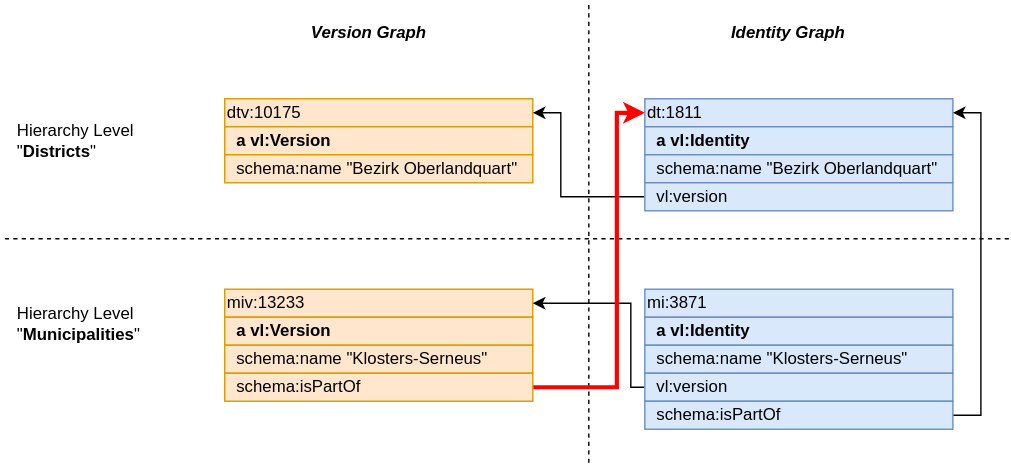
The draw.io diagram img/linking_hierarchies.svg in SwissFederalArchives/version-link, before a commit. Source tidied: cells renumbered, new cells last; positions are measured from the earlier drawing's top-left corner, leaving out a move shared by most shapes. The source it was exported from:
```xml
<mxGraphModel>
  <root>
    <mxCell id="0" />
    <mxCell id="1" parent="0" />
    <mxCell id="2" value="miv:13233" style="rounded=0;whiteSpace=wrap;html=1;fillColor=#ffe6cc;strokeColor=#d79b00;align=left;fontSize=12;" parent="1" vertex="1">
      <mxGeometry x="160" y="206" width="220" height="20" as="geometry" />
    </mxCell>
    <mxCell id="3" value="&lt;div style=&quot;font-size: 12px;&quot;&gt;&lt;b style=&quot;font-size: 12px;&quot;&gt;&amp;nbsp; a vl:Version&lt;/b&gt;&lt;br style=&quot;font-size: 12px;&quot;&gt;&lt;/div&gt;" style="rounded=0;whiteSpace=wrap;html=1;fillColor=#ffe6cc;strokeColor=#d79b00;align=left;fontSize=12;" parent="1" vertex="1">
      <mxGeometry x="160" y="226" width="220" height="20" as="geometry" />
    </mxCell>
    <mxCell id="4" value="&amp;nbsp; schema:name &quot;Klosters-Serneus&quot;" style="rounded=0;whiteSpace=wrap;html=1;fillColor=#ffe6cc;strokeColor=#d79b00;align=left;fontSize=12;" parent="1" vertex="1">
      <mxGeometry x="160" y="246" width="220" height="20" as="geometry" />
    </mxCell>
    <mxCell id="5" value="mi:3871" style="rounded=0;whiteSpace=wrap;html=1;fillColor=#dae8fc;strokeColor=#6c8ebf;align=left;fontSize=12;" parent="1" vertex="1">
      <mxGeometry x="460" y="206" width="220" height="20" as="geometry" />
    </mxCell>
    <mxCell id="6" value="&lt;b style=&quot;font-size: 12px;&quot;&gt;&amp;nbsp; a vl:Identity&lt;/b&gt;" style="rounded=0;whiteSpace=wrap;html=1;fillColor=#dae8fc;strokeColor=#6c8ebf;align=left;fontSize=12;" parent="1" vertex="1">
      <mxGeometry x="460" y="226" width="220" height="20" as="geometry" />
    </mxCell>
    <mxCell id="7" value="&amp;nbsp; schema:name &quot;Klosters-Serneus&quot;" style="rounded=0;whiteSpace=wrap;html=1;fillColor=#dae8fc;strokeColor=#6c8ebf;align=left;fontSize=12;" parent="1" vertex="1">
      <mxGeometry x="460" y="246" width="220" height="20" as="geometry" />
    </mxCell>
    <mxCell id="8" style="edgeStyle=orthogonalEdgeStyle;html=1;exitX=0;exitY=0.5;exitDx=0;exitDy=0;entryX=1;entryY=0.5;entryDx=0;entryDy=0;rounded=0;" parent="1" edge="1" source="9" target="2">
      <mxGeometry relative="1" as="geometry">
        <Array as="points">
          <mxPoint x="450" y="276" />
          <mxPoint x="450" y="216" />
        </Array>
      </mxGeometry>
    </mxCell>
    <mxCell id="9" value="&amp;nbsp; vl:version" style="rounded=0;whiteSpace=wrap;html=1;fillColor=#dae8fc;strokeColor=#6c8ebf;align=left;fontSize=12;" parent="1" vertex="1">
      <mxGeometry x="460" y="266" width="220" height="20" as="geometry" />
    </mxCell>
    <mxCell id="10" style="endArrow=none;dashed=1;html=1;" parent="1" edge="1">
      <mxGeometry relative="1" as="geometry">
        <mxPoint x="420" y="330" as="sourcePoint" />
        <mxPoint x="420" as="targetPoint" />
      </mxGeometry>
    </mxCell>
    <mxCell id="11" value="&lt;b&gt;&lt;i&gt;Identity Graph&lt;/i&gt;&lt;/b&gt;" style="text;html=1;strokeColor=none;fillColor=none;align=left;verticalAlign=middle;whiteSpace=wrap;rounded=0;" parent="1" vertex="1">
      <mxGeometry x="520" y="8" width="100" height="30" as="geometry" />
    </mxCell>
    <mxCell id="12" value="&lt;b&gt;&lt;i&gt;Version Graph&lt;/i&gt;&lt;/b&gt;" style="text;html=1;strokeColor=none;fillColor=none;align=left;verticalAlign=middle;whiteSpace=wrap;rounded=0;" parent="1" vertex="1">
      <mxGeometry x="220" y="8" width="100" height="30" as="geometry" />
    </mxCell>
    <mxCell id="13" style="endArrow=none;dashed=1;html=1;" parent="1" edge="1">
      <mxGeometry relative="1" as="geometry">
        <mxPoint x="720" y="170" as="sourcePoint" />
        <mxPoint y="170" as="targetPoint" />
      </mxGeometry>
    </mxCell>
    <mxCell id="14" value="dtv:10175" style="rounded=0;whiteSpace=wrap;html=1;fillColor=#ffe6cc;strokeColor=#d79b00;align=left;fontSize=12;" parent="1" vertex="1">
      <mxGeometry x="160" y="70" width="220" height="20" as="geometry" />
    </mxCell>
    <mxCell id="15" value="&lt;div style=&quot;font-size: 12px;&quot;&gt;&lt;b style=&quot;font-size: 12px;&quot;&gt;&amp;nbsp; a vl:Version&lt;/b&gt;&lt;br style=&quot;font-size: 12px;&quot;&gt;&lt;/div&gt;" style="rounded=0;whiteSpace=wrap;html=1;fillColor=#ffe6cc;strokeColor=#d79b00;align=left;fontSize=12;" parent="1" vertex="1">
      <mxGeometry x="160" y="90" width="220" height="20" as="geometry" />
    </mxCell>
    <mxCell id="16" value="&amp;nbsp; schema:name &quot;Bezirk Oberlandquart&quot;" style="rounded=0;whiteSpace=wrap;html=1;fillColor=#ffe6cc;strokeColor=#d79b00;align=left;fontSize=12;" parent="1" vertex="1">
      <mxGeometry x="160" y="110" width="220" height="20" as="geometry" />
    </mxCell>
    <mxCell id="17" value="dt:1811" style="rounded=0;whiteSpace=wrap;html=1;fillColor=#dae8fc;strokeColor=#6c8ebf;align=left;fontSize=12;" parent="1" vertex="1">
      <mxGeometry x="460" y="70" width="220" height="20" as="geometry" />
    </mxCell>
    <mxCell id="18" value="&lt;b style=&quot;font-size: 12px;&quot;&gt;&amp;nbsp; a vl:Identity&lt;/b&gt;" style="rounded=0;whiteSpace=wrap;html=1;fillColor=#dae8fc;strokeColor=#6c8ebf;align=left;fontSize=12;" parent="1" vertex="1">
      <mxGeometry x="460" y="90" width="220" height="20" as="geometry" />
    </mxCell>
    <mxCell id="19" value="&amp;nbsp; schema:name &quot;Bezirk Oberlandquart&quot;" style="rounded=0;whiteSpace=wrap;html=1;fillColor=#dae8fc;strokeColor=#6c8ebf;align=left;fontSize=12;" parent="1" vertex="1">
      <mxGeometry x="460" y="110" width="220" height="20" as="geometry" />
    </mxCell>
    <mxCell id="20" style="edgeStyle=orthogonalEdgeStyle;rounded=0;html=1;exitX=0;exitY=0.5;exitDx=0;exitDy=0;entryX=1;entryY=0.5;entryDx=0;entryDy=0;" parent="1" edge="1" source="21" target="14">
      <mxGeometry relative="1" as="geometry">
        <Array as="points">
          <mxPoint x="400" y="140" />
          <mxPoint x="400" y="80" />
        </Array>
      </mxGeometry>
    </mxCell>
    <mxCell id="21" value="&amp;nbsp; vl:version" style="rounded=0;whiteSpace=wrap;html=1;fillColor=#dae8fc;strokeColor=#6c8ebf;align=left;fontSize=12;" parent="1" vertex="1">
      <mxGeometry x="460" y="130" width="220" height="20" as="geometry" />
    </mxCell>
    <mxCell id="22" style="edgeStyle=orthogonalEdgeStyle;rounded=0;html=1;exitX=1;exitY=0.5;exitDx=0;exitDy=0;entryX=0;entryY=0.5;entryDx=0;entryDy=0;strokeColor=#FF0000;strokeWidth=3;" parent="1" edge="1" source="23" target="17">
      <mxGeometry relative="1" as="geometry">
        <Array as="points">
          <mxPoint x="440" y="276" />
          <mxPoint x="440" y="80" />
        </Array>
      </mxGeometry>
    </mxCell>
    <mxCell id="23" value="&amp;nbsp; schema:isPartOf" style="rounded=0;whiteSpace=wrap;html=1;fillColor=#ffe6cc;strokeColor=#d79b00;align=left;fontSize=12;" parent="1" vertex="1">
      <mxGeometry x="160" y="266" width="220" height="20" as="geometry" />
    </mxCell>
    <mxCell id="24" style="edgeStyle=orthogonalEdgeStyle;rounded=0;html=1;exitX=1;exitY=0.5;exitDx=0;exitDy=0;entryX=1;entryY=0.5;entryDx=0;entryDy=0;" parent="1" edge="1" source="25" target="17">
      <mxGeometry relative="1" as="geometry">
        <Array as="points">
          <mxPoint x="700" y="296" />
          <mxPoint x="700" y="80" />
        </Array>
      </mxGeometry>
    </mxCell>
    <mxCell id="25" value="&amp;nbsp; schema:isPartOf" style="rounded=0;whiteSpace=wrap;html=1;fillColor=#dae8fc;strokeColor=#6c8ebf;align=left;fontSize=12;" parent="1" vertex="1">
      <mxGeometry x="460" y="286" width="220" height="20" as="geometry" />
    </mxCell>
    <mxCell id="26" value="Hierarchy Level &quot;&lt;b&gt;Municipalities&lt;/b&gt;&quot;" style="text;html=1;strokeColor=none;fillColor=none;align=left;verticalAlign=middle;whiteSpace=wrap;rounded=0;" parent="1" vertex="1">
      <mxGeometry x="10" y="216" width="100" height="30" as="geometry" />
    </mxCell>
    <mxCell id="27" value="Hierarchy Level &quot;&lt;b&gt;Districts&lt;/b&gt;&quot;" style="text;html=1;strokeColor=none;fillColor=none;align=left;verticalAlign=middle;whiteSpace=wrap;rounded=0;" parent="1" vertex="1">
      <mxGeometry x="10" y="85" width="100" height="30" as="geometry" />
    </mxCell>
  </root>
</mxGraphModel>
```
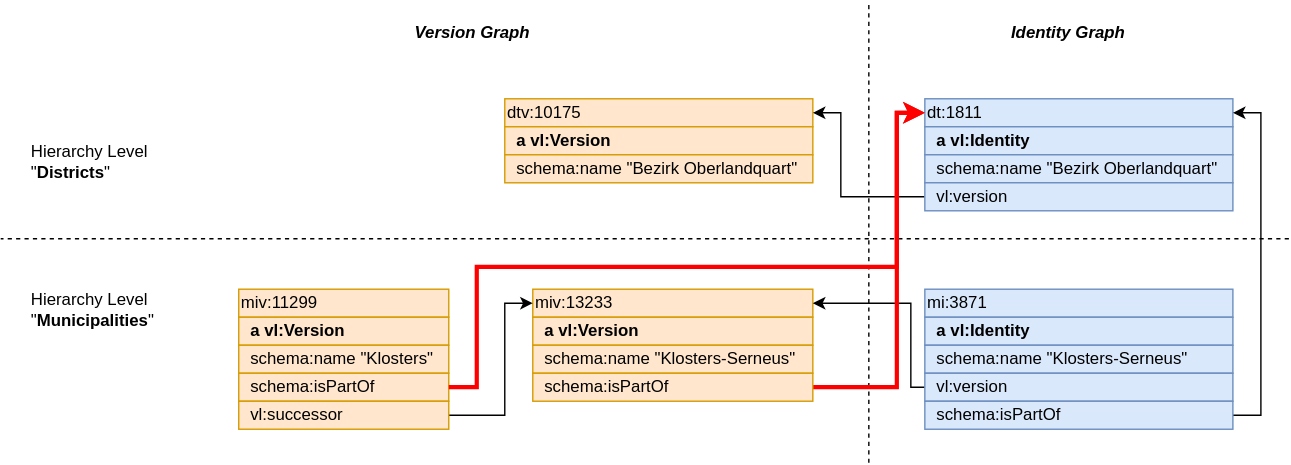
Later version of the same file.

Commit message:
update linking_hierarchies

Change to the diagram source:
```diff
@@ -3,13 +3,13 @@
     <mxCell id="0" />
     <mxCell id="1" parent="0" />
     <mxCell id="2" value="miv:13233" style="rounded=0;whiteSpace=wrap;html=1;fillColor=#ffe6cc;strokeColor=#d79b00;align=left;fontSize=12;" parent="1" vertex="1">
-      <mxGeometry x="160" y="206" width="220" height="20" as="geometry" />
+      <mxGeometry x="180" y="206" width="200" height="20" as="geometry" />
     </mxCell>
     <mxCell id="3" value="&lt;div style=&quot;font-size: 12px;&quot;&gt;&lt;b style=&quot;font-size: 12px;&quot;&gt;&amp;nbsp; a vl:Version&lt;/b&gt;&lt;br style=&quot;font-size: 12px;&quot;&gt;&lt;/div&gt;" style="rounded=0;whiteSpace=wrap;html=1;fillColor=#ffe6cc;strokeColor=#d79b00;align=left;fontSize=12;" parent="1" vertex="1">
-      <mxGeometry x="160" y="226" width="220" height="20" as="geometry" />
+      <mxGeometry x="180" y="226" width="200" height="20" as="geometry" />
     </mxCell>
     <mxCell id="4" value="&amp;nbsp; schema:name &quot;Klosters-Serneus&quot;" style="rounded=0;whiteSpace=wrap;html=1;fillColor=#ffe6cc;strokeColor=#d79b00;align=left;fontSize=12;" parent="1" vertex="1">
-      <mxGeometry x="160" y="246" width="220" height="20" as="geometry" />
+      <mxGeometry x="180" y="246" width="200" height="20" as="geometry" />
     </mxCell>
     <mxCell id="5" value="mi:3871" style="rounded=0;whiteSpace=wrap;html=1;fillColor=#dae8fc;strokeColor=#6c8ebf;align=left;fontSize=12;" parent="1" vertex="1">
       <mxGeometry x="460" y="206" width="220" height="20" as="geometry" />
@@ -41,12 +41,12 @@
       <mxGeometry x="520" y="8" width="100" height="30" as="geometry" />
     </mxCell>
     <mxCell id="12" value="&lt;b&gt;&lt;i&gt;Version Graph&lt;/i&gt;&lt;/b&gt;" style="text;html=1;strokeColor=none;fillColor=none;align=left;verticalAlign=middle;whiteSpace=wrap;rounded=0;" parent="1" vertex="1">
-      <mxGeometry x="220" y="8" width="100" height="30" as="geometry" />
+      <mxGeometry x="94" y="8" width="100" height="30" as="geometry" />
     </mxCell>
     <mxCell id="13" style="endArrow=none;dashed=1;html=1;" parent="1" edge="1">
       <mxGeometry relative="1" as="geometry">
         <mxPoint x="720" y="170" as="sourcePoint" />
-        <mxPoint y="170" as="targetPoint" />
+        <mxPoint x="-200" y="170" as="targetPoint" />
       </mxGeometry>
     </mxCell>
     <mxCell id="14" value="dtv:10175" style="rounded=0;whiteSpace=wrap;html=1;fillColor=#ffe6cc;strokeColor=#d79b00;align=left;fontSize=12;" parent="1" vertex="1">
@@ -87,7 +87,7 @@
       </mxGeometry>
     </mxCell>
     <mxCell id="23" value="&amp;nbsp; schema:isPartOf" style="rounded=0;whiteSpace=wrap;html=1;fillColor=#ffe6cc;strokeColor=#d79b00;align=left;fontSize=12;" parent="1" vertex="1">
-      <mxGeometry x="160" y="266" width="220" height="20" as="geometry" />
+      <mxGeometry x="180" y="266" width="200" height="20" as="geometry" />
     </mxCell>
     <mxCell id="24" style="edgeStyle=orthogonalEdgeStyle;rounded=0;html=1;exitX=1;exitY=0.5;exitDx=0;exitDy=0;entryX=1;entryY=0.5;entryDx=0;entryDy=0;" parent="1" edge="1" source="25" target="17">
       <mxGeometry relative="1" as="geometry">
@@ -101,10 +101,43 @@
       <mxGeometry x="460" y="286" width="220" height="20" as="geometry" />
     </mxCell>
     <mxCell id="26" value="Hierarchy Level &quot;&lt;b&gt;Municipalities&lt;/b&gt;&quot;" style="text;html=1;strokeColor=none;fillColor=none;align=left;verticalAlign=middle;whiteSpace=wrap;rounded=0;" parent="1" vertex="1">
-      <mxGeometry x="10" y="216" width="100" height="30" as="geometry" />
+      <mxGeometry x="-180" y="206" width="100" height="30" as="geometry" />
     </mxCell>
     <mxCell id="27" value="Hierarchy Level &quot;&lt;b&gt;Districts&lt;/b&gt;&quot;" style="text;html=1;strokeColor=none;fillColor=none;align=left;verticalAlign=middle;whiteSpace=wrap;rounded=0;" parent="1" vertex="1">
-      <mxGeometry x="10" y="85" width="100" height="30" as="geometry" />
+      <mxGeometry x="-180" y="100" width="100" height="30" as="geometry" />
     </mxCell>
+    <mxCell id="28" value="miv:11299" style="rounded=0;whiteSpace=wrap;html=1;fillColor=#ffe6cc;strokeColor=#d79b00;align=left;fontSize=12;" parent="1" vertex="1">
+      <mxGeometry x="-30" y="206" width="150" height="20" as="geometry" />
+    </mxCell>
+    <mxCell id="29" value="&lt;div style=&quot;font-size: 12px;&quot;&gt;&lt;b style=&quot;font-size: 12px;&quot;&gt;&amp;nbsp; a vl:Version&lt;/b&gt;&lt;br style=&quot;font-size: 12px;&quot;&gt;&lt;/div&gt;" style="rounded=0;whiteSpace=wrap;html=1;fillColor=#ffe6cc;strokeColor=#d79b00;align=left;fontSize=12;" parent="1" vertex="1">
+      <mxGeometry x="-30" y="226" width="150" height="20" as="geometry" />
+    </mxCell>
+    <mxCell id="30" value="&amp;nbsp; schema:name &quot;Klosters&quot;" style="rounded=0;whiteSpace=wrap;html=1;fillColor=#ffe6cc;strokeColor=#d79b00;align=left;fontSize=12;" parent="1" vertex="1">
+      <mxGeometry x="-30" y="246" width="150" height="20" as="geometry" />
+    </mxCell>
+    <mxCell id="31" value="&amp;nbsp; schema:isPartOf" style="rounded=0;whiteSpace=wrap;html=1;fillColor=#ffe6cc;strokeColor=#d79b00;align=left;fontSize=12;" parent="1" vertex="1">
+      <mxGeometry x="-30" y="266" width="150" height="20" as="geometry" />
+    </mxCell>
+    <mxCell id="32" style="edgeStyle=orthogonalEdgeStyle;html=1;exitX=1;exitY=0.5;exitDx=0;exitDy=0;entryX=0;entryY=0.5;entryDx=0;entryDy=0;rounded=0;" parent="1" edge="1" source="33" target="2">
+      <mxGeometry relative="1" as="geometry">
+        <Array as="points">
+          <mxPoint x="160" y="296" />
+          <mxPoint x="160" y="216" />
+        </Array>
+      </mxGeometry>
+    </mxCell>
+    <mxCell id="33" value="&amp;nbsp; vl:successor" style="rounded=0;whiteSpace=wrap;html=1;fillColor=#ffe6cc;strokeColor=#d79b00;align=left;fontSize=12;" parent="1" vertex="1">
+      <mxGeometry x="-30" y="286" width="150" height="20" as="geometry" />
+    </mxCell>
+    <mxCell id="34" style="edgeStyle=orthogonalEdgeStyle;rounded=0;html=1;exitX=1;exitY=0.5;exitDx=0;exitDy=0;entryX=0;entryY=0.5;entryDx=0;entryDy=0;strokeColor=#FF0000;strokeWidth=3;" parent="1" edge="1" source="31" target="17">
+      <mxGeometry relative="1" as="geometry">
+        <Array as="points">
+          <mxPoint x="140" y="276" />
+          <mxPoint x="140" y="190" />
+          <mxPoint x="440" y="190" />
+          <mxPoint x="440" y="80" />
+        </Array>
+      </mxGeometry>
+    </mxCell>
   </root>
 </mxGraphModel>
```
